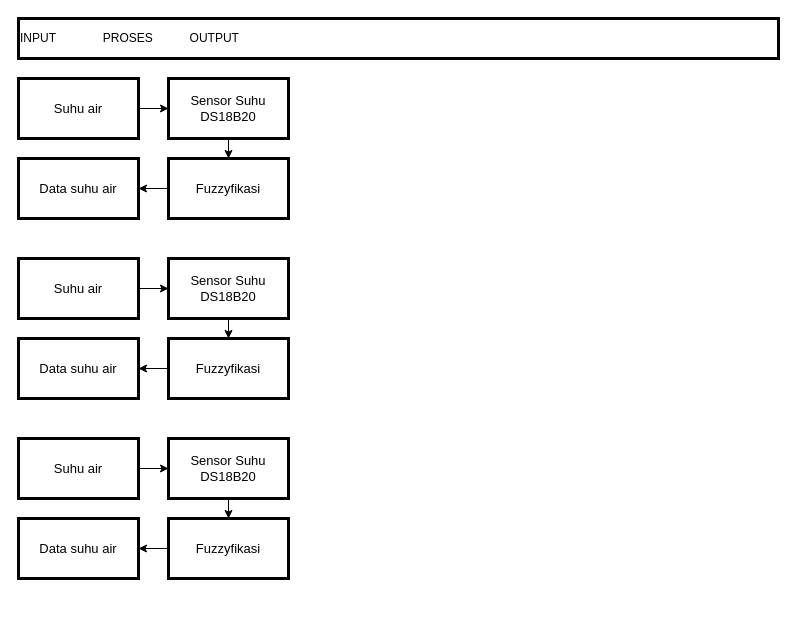
The draw.io diagram Untitled Diagram.drawio in YogabayuW/flowchart-proposal, before the edit. Source tidied: cells renumbered, new cells numbered last; positions are measured from the earlier drawing's top-left corner, leaving out a move shared by most shapes. Both pictures are drawn from the tidied source at 100%, with x=0, y=0 at pixel (18, 18).
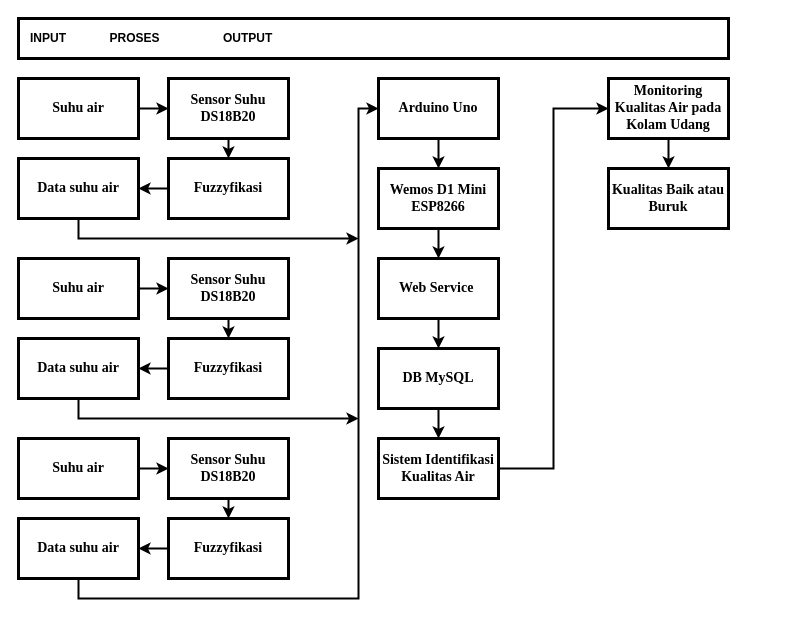
Above is the later version.

What changed in the source:
```diff
@@
-    <mxCell id="2" value="INPUT&amp;nbsp;&lt;span style=&quot;white-space: pre&quot;&gt; &lt;/span&gt;&lt;span style=&quot;white-space: pre&quot;&gt; &lt;/span&gt;&lt;span style=&quot;white-space: pre&quot;&gt; &lt;/span&gt;&lt;span style=&quot;white-space: pre&quot;&gt; &lt;/span&gt;&lt;span style=&quot;white-space: pre&quot;&gt; &lt;/span&gt;&lt;span style=&quot;white-space: pre&quot;&gt; &lt;/span&gt;&lt;span style=&quot;white-space: pre&quot;&gt; &lt;/span&gt;&lt;span style=&quot;white-space: pre&quot;&gt; &lt;/span&gt;&lt;span style=&quot;white-space: pre&quot;&gt; &lt;/span&gt;&lt;span style=&quot;white-space: pre&quot;&gt; &lt;/span&gt;&lt;span style=&quot;white-space: pre&quot;&gt; &lt;span style=&quot;white-space: pre&quot;&gt; &lt;span style=&quot;white-space: pre&quot;&gt; &lt;/span&gt;&lt;/span&gt;&lt;/span&gt;PROSES&amp;nbsp;&lt;span style=&quot;white-space: pre&quot;&gt; &lt;/span&gt;&lt;span style=&quot;white-space: pre&quot;&gt; &lt;/span&gt;&lt;span style=&quot;white-space: pre&quot;&gt; &lt;/span&gt;&lt;span style=&quot;white-space: pre&quot;&gt; &lt;/span&gt;&lt;span style=&quot;white-space: pre&quot;&gt; &lt;/span&gt;&lt;span style=&quot;white-space: pre&quot;&gt; &lt;/span&gt;&lt;span style=&quot;white-space: pre&quot;&gt; &lt;/span&gt;&lt;span style=&quot;white-space: pre&quot;&gt; &lt;/span&gt;&lt;span style=&quot;white-space: pre&quot;&gt; &lt;/span&gt;&lt;span style=&quot;white-space: pre&quot;&gt; &lt;/span&gt;OUTPUT" style="rounded=0;whiteSpace=wrap;html=1;align=left;strokeWidth=3;" parent="1" vertex="1">
-      <mxGeometry width="760" height="40" as="geometry" />
+    <mxCell id="2" value="&lt;b&gt;&amp;nbsp; &amp;nbsp;INPUT&amp;nbsp;&lt;span style=&quot;white-space: pre&quot;&gt; &lt;/span&gt;&lt;span style=&quot;white-space: pre&quot;&gt; &lt;/span&gt;&lt;span style=&quot;white-space: pre&quot;&gt; &lt;/span&gt;&lt;span style=&quot;white-space: pre&quot;&gt; &lt;/span&gt;&lt;span style=&quot;white-space: pre&quot;&gt; &lt;/span&gt;&lt;span style=&quot;white-space: pre&quot;&gt; &lt;/span&gt;&lt;span style=&quot;white-space: pre&quot;&gt; &lt;/span&gt;&lt;span style=&quot;white-space: pre&quot;&gt; &lt;/span&gt;&lt;span style=&quot;white-space: pre&quot;&gt; &lt;/span&gt;&lt;span style=&quot;white-space: pre&quot;&gt; &lt;/span&gt;&lt;span style=&quot;white-space: pre&quot;&gt; &lt;span style=&quot;white-space: pre&quot;&gt; &lt;/span&gt;&lt;/span&gt;PROSES&amp;nbsp;&lt;span style=&quot;white-space: pre&quot;&gt; &lt;/span&gt;&lt;span style=&quot;white-space: pre&quot;&gt; &lt;/span&gt;&lt;span style=&quot;white-space: pre&quot;&gt; &lt;/span&gt;&lt;span style=&quot;white-space: pre&quot;&gt; &lt;/span&gt;&lt;span style=&quot;white-space: pre&quot;&gt; &lt;/span&gt;&lt;span style=&quot;white-space: pre&quot;&gt; &lt;/span&gt;&lt;span style=&quot;white-space: pre&quot;&gt; &lt;span style=&quot;white-space: pre&quot;&gt; &lt;/span&gt; &lt;/span&gt;&amp;nbsp; &amp;nbsp; &amp;nbsp; &amp;nbsp; &amp;nbsp;OUTPUT&lt;/b&gt;" style="rounded=0;whiteSpace=wrap;html=1;align=left;strokeWidth=3;" parent="1" vertex="1">
+      <mxGeometry width="710" height="40" as="geometry" />
     </mxCell>
-    <mxCell id="3" value="Suhu air" style="rounded=0;whiteSpace=wrap;html=1;fontSize=13;strokeWidth=3;" parent="1" vertex="1">
+    <mxCell id="3" value="&lt;b&gt;&lt;font face=&quot;Times New Roman&quot; style=&quot;font-size: 14px&quot;&gt;Suhu air&lt;/font&gt;&lt;/b&gt;" style="rounded=0;whiteSpace=wrap;html=1;fontSize=13;strokeWidth=3;" parent="1" vertex="1">
       <mxGeometry y="60" width="120" height="60" as="geometry" />
     </mxCell>
+    <mxCell id="24" style="edgeStyle=orthogonalEdgeStyle;rounded=0;jettySize=auto;html=1;exitX=0.5;exitY=1;exitDx=0;exitDy=0;fontSize=13;strokeWidth=2;" parent="1" edge="1" source="4">
+      <mxGeometry relative="1" as="geometry">
+        <mxPoint x="340" y="220" as="targetPoint" />
+        <Array as="points">
+          <mxPoint x="60" y="220" />
+        </Array>
+      </mxGeometry>
+    </mxCell>
-    <mxCell id="4" value="Data suhu air" style="rounded=0;whiteSpace=wrap;html=1;fontSize=13;strokeWidth=3;" parent="1" vertex="1">
+    <mxCell id="4" value="&lt;font face=&quot;Times New Roman&quot; size=&quot;1&quot;&gt;&lt;b style=&quot;font-size: 14px&quot;&gt;Data suhu air&lt;/b&gt;&lt;/font&gt;" style="rounded=0;whiteSpace=wrap;html=1;fontSize=13;strokeWidth=3;" parent="1" vertex="1">
       <mxGeometry y="140" width="120" height="60" as="geometry" />
     </mxCell>
-    <mxCell id="5" style="edgeStyle=orthogonalEdgeStyle;rounded=0;jettySize=auto;html=1;exitX=0.5;exitY=1;exitDx=0;exitDy=0;entryX=0.5;entryY=0;entryDx=0;entryDy=0;fontSize=13;" parent="1" edge="1" source="6" target="8">
+    <mxCell id="5" style="edgeStyle=orthogonalEdgeStyle;rounded=0;jettySize=auto;html=1;exitX=0.5;exitY=1;exitDx=0;exitDy=0;entryX=0.5;entryY=0;entryDx=0;entryDy=0;fontSize=13;strokeWidth=2;" parent="1" edge="1" source="6" target="8">
       <mxGeometry relative="1" as="geometry" />
     </mxCell>
-    <mxCell id="6" value="Sensor Suhu&lt;br&gt;DS18B20" style="rounded=0;whiteSpace=wrap;html=1;fontSize=13;strokeWidth=3;" parent="1" vertex="1">
+    <mxCell id="6" value="&lt;font face=&quot;Times New Roman&quot; style=&quot;font-size: 14px&quot;&gt;&lt;b&gt;Sensor Suhu&lt;br&gt;DS18B20&lt;/b&gt;&lt;/font&gt;" style="rounded=0;whiteSpace=wrap;html=1;fontSize=13;strokeWidth=3;" parent="1" vertex="1">
       <mxGeometry x="150" y="60" width="120" height="60" as="geometry" />
     </mxCell>
-    <mxCell id="7" style="edgeStyle=orthogonalEdgeStyle;rounded=0;jettySize=auto;html=1;entryX=1;entryY=0.5;entryDx=0;entryDy=0;fontSize=13;" parent="1" edge="1" source="8" target="4">
+    <mxCell id="7" style="edgeStyle=orthogonalEdgeStyle;rounded=0;jettySize=auto;html=1;entryX=1;entryY=0.5;entryDx=0;entryDy=0;fontSize=13;strokeWidth=2;" parent="1" edge="1" source="8" target="4">
       <mxGeometry relative="1" as="geometry" />
     </mxCell>
-    <mxCell id="8" value="Fuzzyfikasi" style="rounded=0;whiteSpace=wrap;html=1;fontSize=13;strokeWidth=3;" parent="1" vertex="1">
+    <mxCell id="8" value="&lt;font face=&quot;Times New Roman&quot; size=&quot;1&quot;&gt;&lt;b style=&quot;font-size: 14px&quot;&gt;Fuzzyfikasi&lt;/b&gt;&lt;/font&gt;" style="rounded=0;whiteSpace=wrap;html=1;fontSize=13;strokeWidth=3;" parent="1" vertex="1">
       <mxGeometry x="150" y="140" width="120" height="60" as="geometry" />
     </mxCell>
-    <mxCell id="9" style="endArrow=classic;html=1;rounded=0;fontSize=13;exitX=1;exitY=0.5;exitDx=0;exitDy=0;entryX=0;entryY=0.5;entryDx=0;entryDy=0;" parent="1" edge="1" source="3" target="6">
+    <mxCell id="9" style="endArrow=classic;html=1;rounded=0;fontSize=13;exitX=1;exitY=0.5;exitDx=0;exitDy=0;entryX=0;entryY=0.5;entryDx=0;entryDy=0;strokeWidth=2;" parent="1" edge="1" source="3" target="6">
       <mxGeometry relative="1" as="geometry" />
     </mxCell>
-    <mxCell id="10" value="Suhu air" style="rounded=0;whiteSpace=wrap;html=1;fontSize=13;strokeWidth=3;" parent="1" vertex="1">
+    <mxCell id="10" value="&lt;font face=&quot;Times New Roman&quot; size=&quot;1&quot;&gt;&lt;b style=&quot;font-size: 14px&quot;&gt;Suhu air&lt;/b&gt;&lt;/font&gt;" style="rounded=0;whiteSpace=wrap;html=1;fontSize=13;strokeWidth=3;" parent="1" vertex="1">
       <mxGeometry y="240" width="120" height="60" as="geometry" />
     </mxCell>
+    <mxCell id="25" style="edgeStyle=orthogonalEdgeStyle;rounded=0;jettySize=auto;html=1;exitX=0.5;exitY=1;exitDx=0;exitDy=0;fontSize=13;strokeWidth=2;" parent="1" edge="1" source="11">
+      <mxGeometry relative="1" as="geometry">
+        <mxPoint x="340" y="400" as="targetPoint" />
+        <Array as="points">
+          <mxPoint x="60" y="400" />
+        </Array>
+      </mxGeometry>
+    </mxCell>
-    <mxCell id="11" value="Data suhu air" style="rounded=0;whiteSpace=wrap;html=1;fontSize=13;strokeWidth=3;" parent="1" vertex="1">
+    <mxCell id="11" value="&lt;font face=&quot;Times New Roman&quot; size=&quot;1&quot;&gt;&lt;b style=&quot;font-size: 14px&quot;&gt;Data suhu air&lt;/b&gt;&lt;/font&gt;" style="rounded=0;whiteSpace=wrap;html=1;fontSize=13;strokeWidth=3;" parent="1" vertex="1">
       <mxGeometry y="320" width="120" height="60" as="geometry" />
     </mxCell>
-    <mxCell id="12" style="edgeStyle=orthogonalEdgeStyle;rounded=0;jettySize=auto;html=1;exitX=0.5;exitY=1;exitDx=0;exitDy=0;entryX=0.5;entryY=0;entryDx=0;entryDy=0;fontSize=13;" parent="1" edge="1" source="13" target="15">
+    <mxCell id="12" style="edgeStyle=orthogonalEdgeStyle;rounded=0;jettySize=auto;html=1;exitX=0.5;exitY=1;exitDx=0;exitDy=0;entryX=0.5;entryY=0;entryDx=0;entryDy=0;fontSize=13;strokeWidth=2;" parent="1" edge="1" source="13" target="15">
       <mxGeometry relative="1" as="geometry" />
     </mxCell>
-    <mxCell id="13" value="Sensor Suhu&lt;br&gt;DS18B20" style="rounded=0;whiteSpace=wrap;html=1;fontSize=13;strokeWidth=3;" parent="1" vertex="1">
+    <mxCell id="13" value="&lt;font face=&quot;Times New Roman&quot; style=&quot;font-size: 14px&quot;&gt;&lt;b&gt;Sensor Suhu&lt;br&gt;DS18B20&lt;/b&gt;&lt;/font&gt;" style="rounded=0;whiteSpace=wrap;html=1;fontSize=13;strokeWidth=3;" parent="1" vertex="1">
       <mxGeometry x="150" y="240" width="120" height="60" as="geometry" />
     </mxCell>
-    <mxCell id="14" style="edgeStyle=orthogonalEdgeStyle;rounded=0;jettySize=auto;html=1;entryX=1;entryY=0.5;entryDx=0;entryDy=0;fontSize=13;" parent="1" edge="1" source="15" target="11">
+    <mxCell id="14" style="edgeStyle=orthogonalEdgeStyle;rounded=0;jettySize=auto;html=1;entryX=1;entryY=0.5;entryDx=0;entryDy=0;fontSize=13;strokeWidth=2;" parent="1" edge="1" source="15" target="11">
       <mxGeometry relative="1" as="geometry" />
     </mxCell>
-    <mxCell id="15" value="Fuzzyfikasi" style="rounded=0;whiteSpace=wrap;html=1;fontSize=13;strokeWidth=3;" parent="1" vertex="1">
+    <mxCell id="15" value="&lt;font face=&quot;Times New Roman&quot; size=&quot;1&quot;&gt;&lt;b style=&quot;font-size: 14px&quot;&gt;Fuzzyfikasi&lt;/b&gt;&lt;/font&gt;" style="rounded=0;whiteSpace=wrap;html=1;fontSize=13;strokeWidth=3;" parent="1" vertex="1">
       <mxGeometry x="150" y="320" width="120" height="60" as="geometry" />
     </mxCell>
-    <mxCell id="16" style="endArrow=classic;html=1;rounded=0;fontSize=13;exitX=1;exitY=0.5;exitDx=0;exitDy=0;entryX=0;entryY=0.5;entryDx=0;entryDy=0;" parent="1" edge="1" source="10" target="13">
+    <mxCell id="16" style="endArrow=classic;html=1;rounded=0;fontSize=13;exitX=1;exitY=0.5;exitDx=0;exitDy=0;entryX=0;entryY=0.5;entryDx=0;entryDy=0;strokeWidth=2;" parent="1" edge="1" source="10" target="13">
       <mxGeometry relative="1" as="geometry" />
     </mxCell>
-    <mxCell id="17" value="Suhu air" style="rounded=0;whiteSpace=wrap;html=1;fontSize=13;strokeWidth=3;" parent="1" vertex="1">
+    <mxCell id="17" value="&lt;font face=&quot;Times New Roman&quot; size=&quot;1&quot;&gt;&lt;b style=&quot;font-size: 14px&quot;&gt;Suhu air&lt;/b&gt;&lt;/font&gt;" style="rounded=0;whiteSpace=wrap;html=1;fontSize=13;strokeWidth=3;" parent="1" vertex="1">
       <mxGeometry y="420" width="120" height="60" as="geometry" />
     </mxCell>
+    <mxCell id="26" style="edgeStyle=orthogonalEdgeStyle;rounded=0;jettySize=auto;html=1;exitX=0.5;exitY=1;exitDx=0;exitDy=0;fontSize=13;entryX=0;entryY=0.5;entryDx=0;entryDy=0;strokeWidth=2;" parent="1" edge="1" source="18" target="28">
+      <mxGeometry relative="1" as="geometry">
+        <Array as="points">
+          <mxPoint x="60" y="580" />
+          <mxPoint x="340" y="580" />
+          <mxPoint x="340" y="90" />
+        </Array>
+      </mxGeometry>
+    </mxCell>
-    <mxCell id="18" value="Data suhu air" style="rounded=0;whiteSpace=wrap;html=1;fontSize=13;strokeWidth=3;" parent="1" vertex="1">
+    <mxCell id="18" value="&lt;font face=&quot;Times New Roman&quot; size=&quot;1&quot;&gt;&lt;b style=&quot;font-size: 14px&quot;&gt;Data suhu air&lt;/b&gt;&lt;/font&gt;" style="rounded=0;whiteSpace=wrap;html=1;fontSize=13;strokeWidth=3;" parent="1" vertex="1">
       <mxGeometry y="500" width="120" height="60" as="geometry" />
     </mxCell>
-    <mxCell id="19" style="edgeStyle=orthogonalEdgeStyle;rounded=0;jettySize=auto;html=1;exitX=0.5;exitY=1;exitDx=0;exitDy=0;entryX=0.5;entryY=0;entryDx=0;entryDy=0;fontSize=13;" parent="1" edge="1" source="20" target="22">
+    <mxCell id="19" style="edgeStyle=orthogonalEdgeStyle;rounded=0;jettySize=auto;html=1;exitX=0.5;exitY=1;exitDx=0;exitDy=0;entryX=0.5;entryY=0;entryDx=0;entryDy=0;fontSize=13;strokeWidth=2;" parent="1" edge="1" source="20" target="22">
       <mxGeometry relative="1" as="geometry" />
     </mxCell>
-    <mxCell id="20" value="Sensor Suhu&lt;br&gt;DS18B20" style="rounded=0;whiteSpace=wrap;html=1;fontSize=13;strokeWidth=3;" parent="1" vertex="1">
+    <mxCell id="20" value="&lt;font face=&quot;Times New Roman&quot; style=&quot;font-size: 14px&quot;&gt;&lt;b&gt;Sensor Suhu&lt;br&gt;DS18B20&lt;/b&gt;&lt;/font&gt;" style="rounded=0;whiteSpace=wrap;html=1;fontSize=13;strokeWidth=3;" parent="1" vertex="1">
       <mxGeometry x="150" y="420" width="120" height="60" as="geometry" />
     </mxCell>
-    <mxCell id="21" style="edgeStyle=orthogonalEdgeStyle;rounded=0;jettySize=auto;html=1;entryX=1;entryY=0.5;entryDx=0;entryDy=0;fontSize=13;" parent="1" edge="1" source="22" target="18">
+    <mxCell id="21" style="edgeStyle=orthogonalEdgeStyle;rounded=0;jettySize=auto;html=1;entryX=1;entryY=0.5;entryDx=0;entryDy=0;fontSize=13;strokeWidth=2;" parent="1" edge="1" source="22" target="18">
       <mxGeometry relative="1" as="geometry" />
     </mxCell>
-    <mxCell id="22" value="Fuzzyfikasi" style="rounded=0;whiteSpace=wrap;html=1;fontSize=13;strokeWidth=3;" parent="1" vertex="1">
+    <mxCell id="22" value="&lt;font face=&quot;Times New Roman&quot; size=&quot;1&quot;&gt;&lt;b style=&quot;font-size: 14px&quot;&gt;Fuzzyfikasi&lt;/b&gt;&lt;/font&gt;" style="rounded=0;whiteSpace=wrap;html=1;fontSize=13;strokeWidth=3;" parent="1" vertex="1">
       <mxGeometry x="150" y="500" width="120" height="60" as="geometry" />
     </mxCell>
-    <mxCell id="23" style="endArrow=classic;html=1;rounded=0;fontSize=13;exitX=1;exitY=0.5;exitDx=0;exitDy=0;entryX=0;entryY=0.5;entryDx=0;entryDy=0;" parent="1" edge="1" source="17" target="20">
+    <mxCell id="23" style="endArrow=classic;html=1;rounded=0;fontSize=13;exitX=1;exitY=0.5;exitDx=0;exitDy=0;entryX=0;entryY=0.5;entryDx=0;entryDy=0;strokeWidth=2;" parent="1" edge="1" source="17" target="20">
       <mxGeometry relative="1" as="geometry" />
     </mxCell>
+    <mxCell id="27" style="edgeStyle=orthogonalEdgeStyle;rounded=0;jettySize=auto;html=1;exitX=0.5;exitY=1;exitDx=0;exitDy=0;entryX=0.5;entryY=0;entryDx=0;entryDy=0;fontSize=13;strokeWidth=2;" parent="1" edge="1" source="28" target="30">
+      <mxGeometry relative="1" as="geometry" />
+    </mxCell>
+    <mxCell id="28" value="&lt;font face=&quot;Times New Roman&quot; size=&quot;1&quot;&gt;&lt;b style=&quot;font-size: 14px&quot;&gt;Arduino Uno&lt;/b&gt;&lt;/font&gt;" style="rounded=0;whiteSpace=wrap;html=1;fontSize=13;strokeWidth=3;" parent="1" vertex="1">
+      <mxGeometry x="360" y="60" width="120" height="60" as="geometry" />
+    </mxCell>
+    <mxCell id="29" style="edgeStyle=orthogonalEdgeStyle;rounded=0;jettySize=auto;html=1;entryX=0.5;entryY=0;entryDx=0;entryDy=0;fontSize=13;strokeWidth=2;" parent="1" edge="1" source="30" target="32">
+      <mxGeometry relative="1" as="geometry" />
+    </mxCell>
+    <mxCell id="30" value="&lt;font face=&quot;Times New Roman&quot; size=&quot;1&quot;&gt;&lt;b style=&quot;font-size: 14px&quot;&gt;Wemos D1 Mini ESP8266&lt;/b&gt;&lt;/font&gt;" style="rounded=0;whiteSpace=wrap;html=1;fontSize=13;strokeWidth=3;" parent="1" vertex="1">
+      <mxGeometry x="360" y="150" width="120" height="60" as="geometry" />
+    </mxCell>
+    <mxCell id="31" style="edgeStyle=orthogonalEdgeStyle;rounded=0;jettySize=auto;html=1;entryX=0.5;entryY=0;entryDx=0;entryDy=0;fontSize=13;strokeWidth=2;" parent="1" edge="1" source="32" target="34">
+      <mxGeometry relative="1" as="geometry" />
+    </mxCell>
+    <mxCell id="32" value="&lt;font face=&quot;Times New Roman&quot; size=&quot;1&quot;&gt;&lt;b style=&quot;font-size: 14px&quot;&gt;Web Service&amp;nbsp;&lt;/b&gt;&lt;/font&gt;" style="rounded=0;whiteSpace=wrap;html=1;fontSize=13;strokeWidth=3;" parent="1" vertex="1">
+      <mxGeometry x="360" y="240" width="120" height="60" as="geometry" />
+    </mxCell>
+    <mxCell id="33" style="edgeStyle=orthogonalEdgeStyle;rounded=0;jettySize=auto;html=1;fontSize=13;strokeWidth=2;" parent="1" edge="1" source="34" target="36">
+      <mxGeometry relative="1" as="geometry" />
+    </mxCell>
+    <mxCell id="34" value="&lt;font face=&quot;Times New Roman&quot; size=&quot;1&quot;&gt;&lt;b style=&quot;font-size: 14px&quot;&gt;DB MySQL&lt;/b&gt;&lt;/font&gt;" style="rounded=0;whiteSpace=wrap;html=1;fontSize=13;strokeWidth=3;" parent="1" vertex="1">
+      <mxGeometry x="360" y="330" width="120" height="60" as="geometry" />
+    </mxCell>
+    <mxCell id="35" style="edgeStyle=orthogonalEdgeStyle;rounded=0;jettySize=auto;html=1;entryX=0;entryY=0.5;entryDx=0;entryDy=0;fontFamily=Times New Roman;fontSize=14;strokeWidth=2;" parent="1" edge="1" source="36" target="38">
+      <mxGeometry relative="1" as="geometry" />
+    </mxCell>
+    <mxCell id="36" value="&lt;font face=&quot;Times New Roman&quot; size=&quot;1&quot;&gt;&lt;b style=&quot;font-size: 14px&quot;&gt;Sistem Identifikasi Kualitas Air&lt;/b&gt;&lt;/font&gt;" style="rounded=0;whiteSpace=wrap;html=1;fontSize=13;strokeWidth=3;" parent="1" vertex="1">
+      <mxGeometry x="360" y="420" width="120" height="60" as="geometry" />
+    </mxCell>
+    <mxCell id="37" style="edgeStyle=orthogonalEdgeStyle;rounded=0;jettySize=auto;html=1;entryX=0.5;entryY=0;entryDx=0;entryDy=0;fontSize=13;strokeWidth=2;" parent="1" edge="1" source="38" target="39">
+      <mxGeometry relative="1" as="geometry" />
+    </mxCell>
+    <mxCell id="38" value="&lt;font face=&quot;Times New Roman&quot; size=&quot;1&quot;&gt;&lt;b style=&quot;font-size: 14px&quot;&gt;Monitoring Kualitas Air pada Kolam Udang&lt;/b&gt;&lt;/font&gt;" style="rounded=0;whiteSpace=wrap;html=1;fontSize=13;strokeWidth=3;" parent="1" vertex="1">
+      <mxGeometry x="590" y="60" width="120" height="60" as="geometry" />
+    </mxCell>
+    <mxCell id="39" value="&lt;font face=&quot;Times New Roman&quot; size=&quot;1&quot;&gt;&lt;b style=&quot;font-size: 14px&quot;&gt;Kualitas Baik atau Buruk&lt;/b&gt;&lt;/font&gt;" style="rounded=0;whiteSpace=wrap;html=1;fontSize=13;strokeWidth=3;" parent="1" vertex="1">
+      <mxGeometry x="590" y="150" width="120" height="60" as="geometry" />
+    </mxCell>
```
